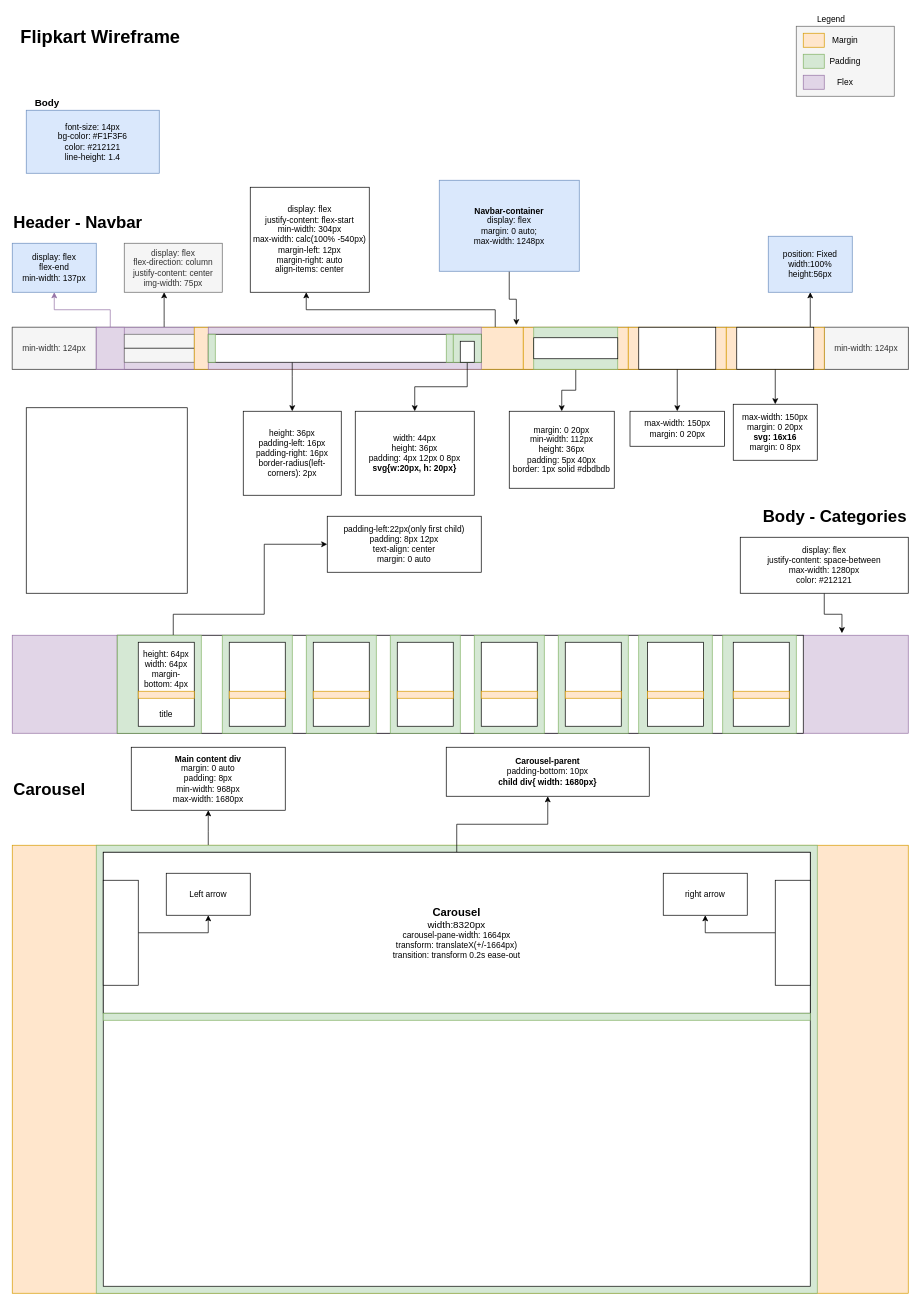
This is diagrams/flipkart_v1.drawio from nalandenv/flipkart-clone, a draw.io file, before an edit. Source tidied: cells renumbered, new cells numbered last; positions are measured from the earlier drawing's top-left corner, leaving out a move shared by most shapes. Both pictures are drawn from the tidied source at 70%, with x=0, y=0 at pixel (12, 12).
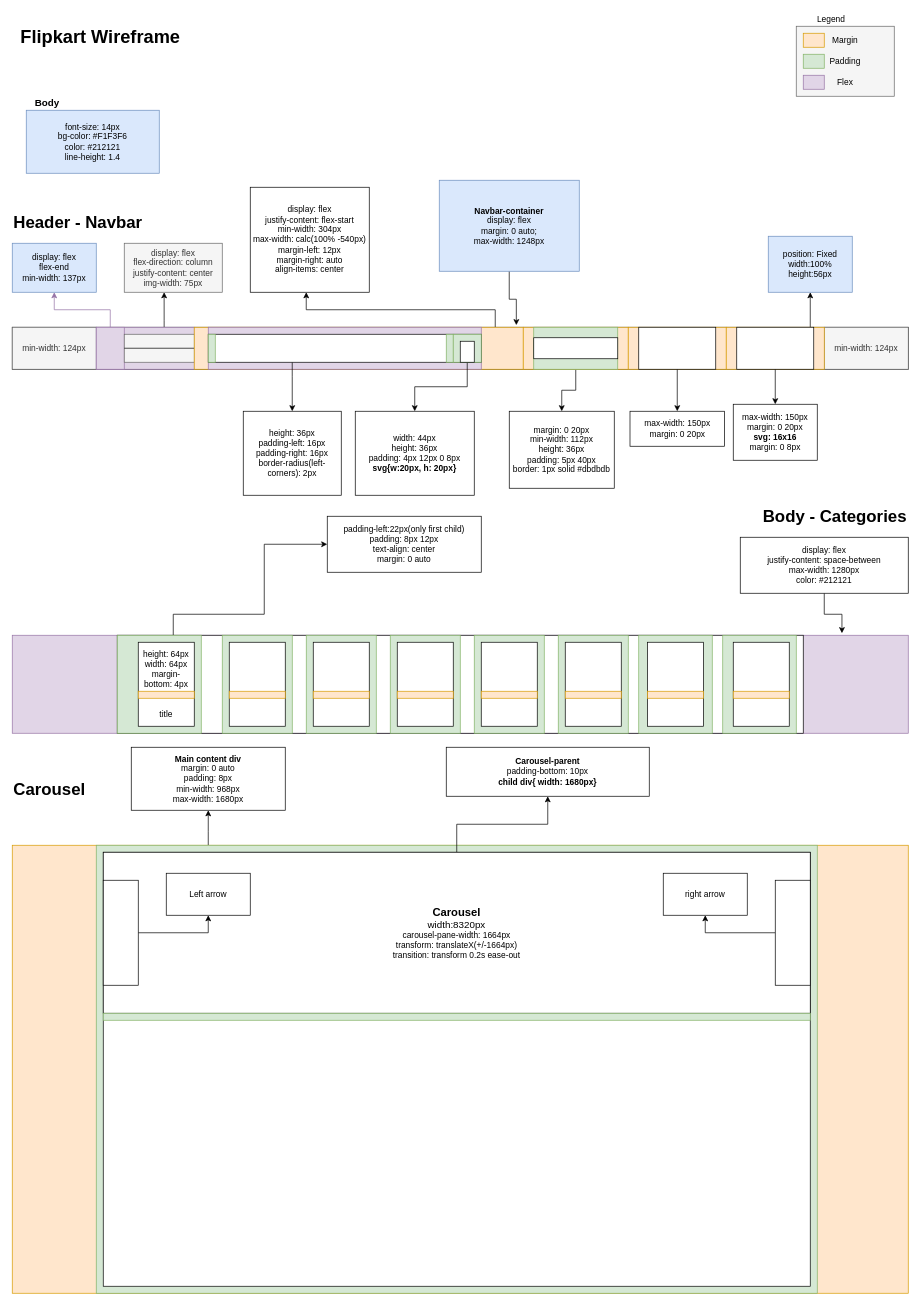
After the change.

What changed in the source:
```diff
@@
-    <mxCell id="55" style="rounded=0;whiteSpace=wrap;html=1;fontFamily=Helvetica;fontSize=12;gradientColor=none;align=center;verticalAlign=middle;" parent="1" vertex="1">
-      <mxGeometry x="20" y="565" width="230" height="265" as="geometry" />
-    </mxCell>
```
